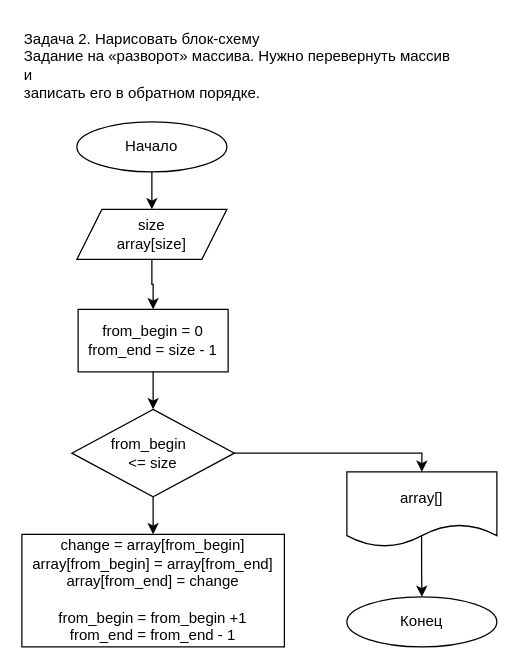
Before: homework010722.drawio in Pisarev82/diagrams, a draw.io diagram. Source tidied: cells renumbered, new cells numbered last; positions are measured from the earlier drawing's top-left corner, leaving out a move shared by most shapes. Both pictures are drawn from the tidied source at 125%, with x=0, y=0 at pixel (21, 21).
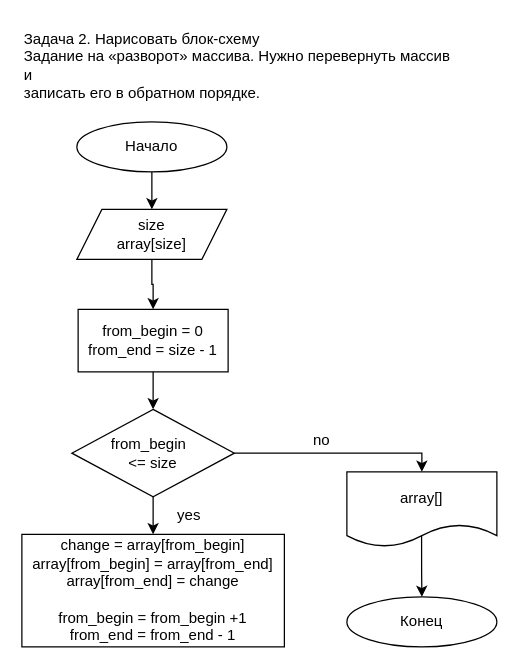
After the change.

Diff of the diagram source:
```diff
@@
 <mxGraphModel>
   <root>
     <mxCell id="0" />
     <mxCell id="1" parent="0" />
     <mxCell id="2" value="Задача 2. Нарисовать блок-схему&#10;Задание на «разворот» массива. Нужно перевернуть массив и&#10;записать его в обратном порядке." style="text;whiteSpace=wrap;html=1;" parent="1" vertex="1">
       <mxGeometry width="350" height="70" as="geometry" />
     </mxCell>
     <mxCell id="3" style="edgeStyle=orthogonalEdgeStyle;rounded=0;jettySize=auto;html=1;" parent="1" edge="1" source="4" target="6">
       <mxGeometry relative="1" as="geometry" />
     </mxCell>
     <mxCell id="4" value="Начало" style="ellipse;whiteSpace=wrap;html=1;" parent="1" vertex="1">
       <mxGeometry x="44" y="80" width="120" height="40" as="geometry" />
     </mxCell>
     <mxCell id="5" style="edgeStyle=orthogonalEdgeStyle;rounded=0;jettySize=auto;html=1;" parent="1" edge="1" source="6" target="8">
       <mxGeometry relative="1" as="geometry" />
     </mxCell>
     <mxCell id="6" value="size&lt;br&gt;array[size]" style="shape=parallelogram;perimeter=parallelogramPerimeter;whiteSpace=wrap;html=1;fixedSize=1;" parent="1" vertex="1">
       <mxGeometry x="44" y="150" width="120" height="40" as="geometry" />
     </mxCell>
     <mxCell id="7" style="edgeStyle=orthogonalEdgeStyle;rounded=0;jettySize=auto;html=1;" parent="1" edge="1" source="8" target="11">
       <mxGeometry relative="1" as="geometry" />
     </mxCell>
     <mxCell id="8" value="from_begin = 0&lt;br&gt;from_end = size - 1" style="rounded=0;whiteSpace=wrap;html=1;" parent="1" vertex="1">
       <mxGeometry x="45" y="230" width="120" height="50" as="geometry" />
     </mxCell>
     <mxCell id="9" style="edgeStyle=orthogonalEdgeStyle;rounded=0;jettySize=auto;html=1;" parent="1" edge="1" source="11" target="12">
       <mxGeometry relative="1" as="geometry" />
     </mxCell>
     <mxCell id="10" style="edgeStyle=orthogonalEdgeStyle;rounded=0;jettySize=auto;html=1;entryX=0.5;entryY=0;entryDx=0;entryDy=0;" parent="1" edge="1" source="11" target="14">
       <mxGeometry relative="1" as="geometry">
         <Array as="points">
           <mxPoint x="320" y="345" />
         </Array>
       </mxGeometry>
     </mxCell>
     <mxCell id="11" value="from_begin&amp;nbsp;&amp;nbsp;&lt;br&gt;&amp;lt;= size" style="rhombus;whiteSpace=wrap;html=1;rounded=0;" parent="1" vertex="1">
       <mxGeometry x="40" y="310" width="130" height="70" as="geometry" />
     </mxCell>
     <mxCell id="12" value="change = array[from_begin]&lt;br&gt;array[from_begin] = array[from_end]&lt;br&gt;array[from_end] = change&lt;br&gt;&lt;br&gt;from_begin = from_begin +1&lt;br&gt;from_end = from_end&amp;nbsp;- 1" style="whiteSpace=wrap;html=1;rounded=0;" parent="1" vertex="1">
       <mxGeometry y="410" width="210" height="90" as="geometry" />
     </mxCell>
     <mxCell id="13" style="edgeStyle=orthogonalEdgeStyle;rounded=0;jettySize=auto;html=1;exitX=0.498;exitY=0.824;exitDx=0;exitDy=0;exitPerimeter=0;" parent="1" edge="1" source="14" target="15">
       <mxGeometry relative="1" as="geometry" />
     </mxCell>
     <mxCell id="14" value="array[]" style="shape=document;whiteSpace=wrap;html=1;boundedLbl=1;rounded=0;" parent="1" vertex="1">
       <mxGeometry x="260" y="360" width="120" height="60" as="geometry" />
     </mxCell>
     <mxCell id="15" value="Конец" style="ellipse;whiteSpace=wrap;html=1;rounded=0;" parent="1" vertex="1">
       <mxGeometry x="260" y="460" width="120" height="40" as="geometry" />
     </mxCell>
+    <mxCell id="16" value="yes" style="text;html=1;strokeColor=none;fillColor=none;align=center;verticalAlign=middle;whiteSpace=wrap;rounded=0;" parent="1" vertex="1">
+      <mxGeometry x="104" y="380" width="60" height="30" as="geometry" />
+    </mxCell>
+    <mxCell id="17" value="no" style="text;html=1;strokeColor=none;fillColor=none;align=center;verticalAlign=middle;whiteSpace=wrap;rounded=0;" parent="1" vertex="1">
+      <mxGeometry x="210" y="320" width="60" height="30" as="geometry" />
+    </mxCell>
   </root>
 </mxGraphModel>
```
